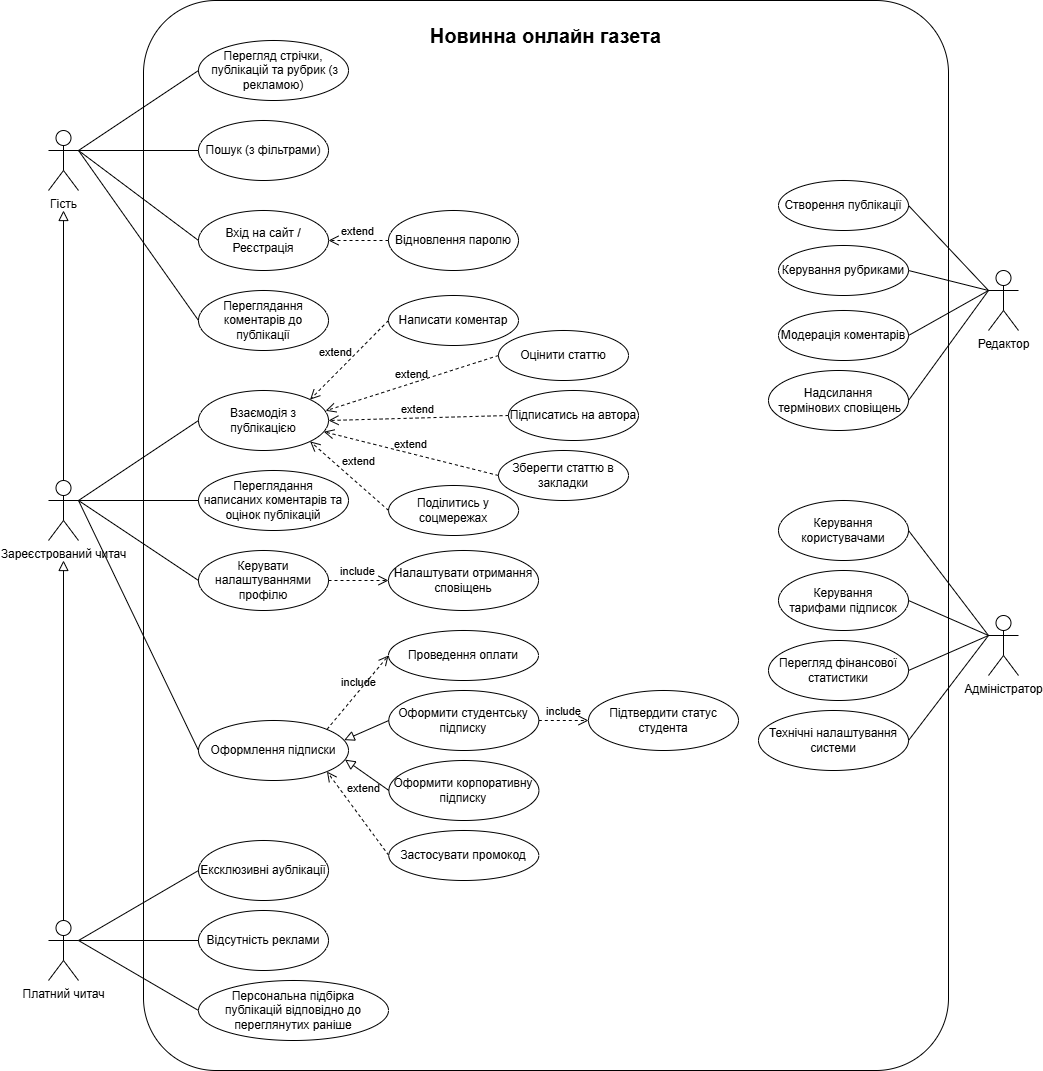
This is diagrams/use_case.drawio.png from Dubyk-Yura/Online_Newspaper_Curse_work, a draw.io export, as it was before one commit. Source tidied: cells renumbered, new cells last; positions are measured from the earlier drawing's top-left corner, leaving out a move shared by most shapes.
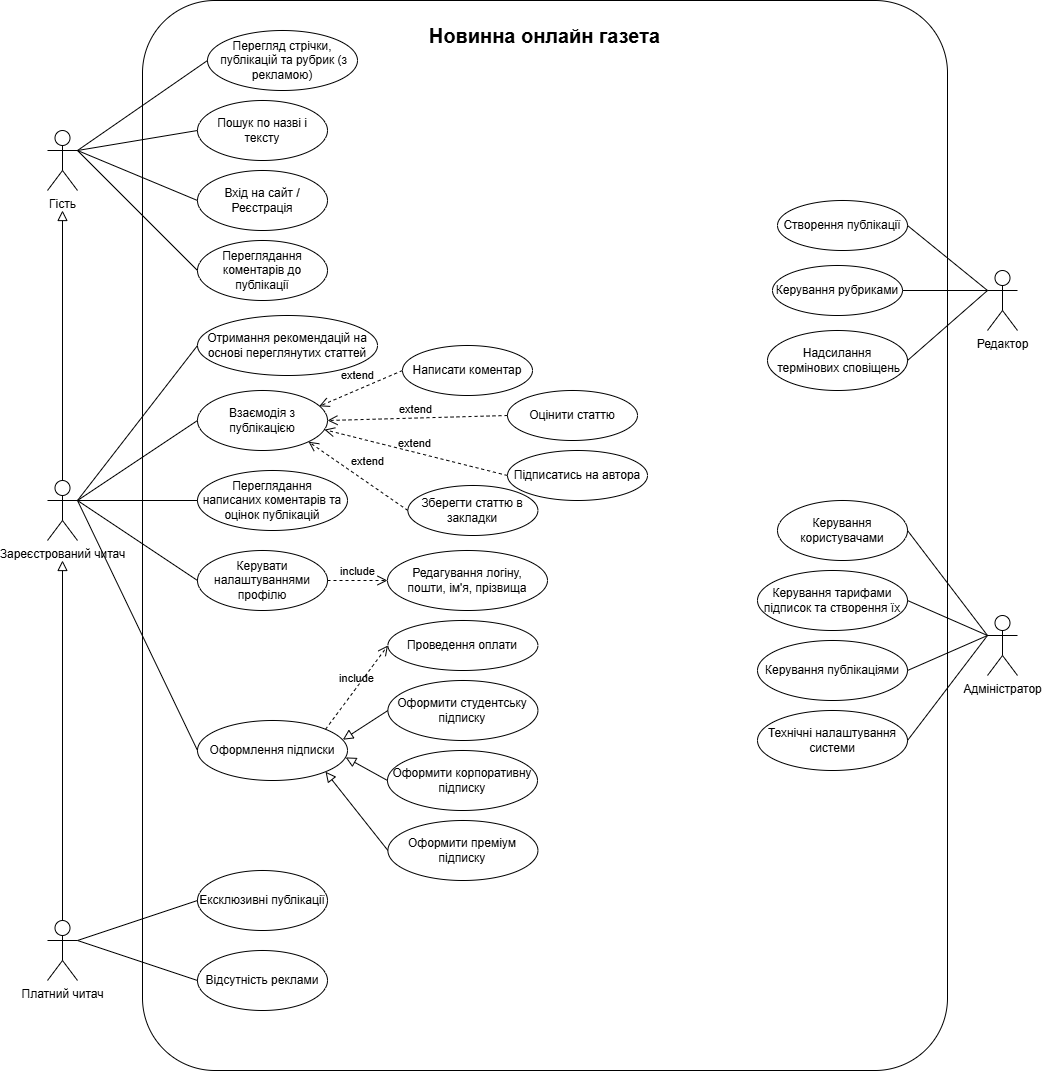
The same diagram one commit later.

Change to the diagram source:
```diff
@@ -42,3 +42,3 @@
     <mxCell id="13" value="Перегляд стрічки,&lt;br&gt;&amp;nbsp;публікацій та рубрик (з рекламою)" style="ellipse;whiteSpace=wrap;html=1;" parent="1" vertex="1">
-      <mxGeometry x="150" y="40" width="150" height="60" as="geometry" />
+      <mxGeometry x="160" y="30" width="150" height="60" as="geometry" />
     </mxCell>
@@ -66,9 +66,9 @@
     <mxCell id="19" value="Переглядання коментарів до публікації" style="ellipse;whiteSpace=wrap;html=1;" parent="1" vertex="1">
-      <mxGeometry x="150" y="290" width="130" height="60" as="geometry" />
+      <mxGeometry x="150" y="240" width="130" height="60" as="geometry" />
     </mxCell>
-    <mxCell id="20" value="Пошук (з фільтрами)&lt;span style=&quot;font-family: monospace; font-size: 0px; text-align: start; text-wrap-mode: nowrap;&quot;&gt;%3CmxGraphModel%3E%3Croot%3E%3CmxCell%20id%3D%220%22%2F%3E%3CmxCell%20id%3D%221%22%20parent%3D%220%22%2F%3E%3CmxCell%20id%3D%222%22%20value%3D%22%D0%9F%D0%B5%D1%80%D0%B5%D0%B3%D0%BB%D1%8F%D0%B4%D0%B0%D0%BD%D0%BD%D1%8F%20%D0%BA%D0%BE%D0%BC%D0%B5%D0%BD%D1%82%D0%B0%D1%80%D1%96%D0%B2%22%20style%3D%22ellipse%3BwhiteSpace%3Dwrap%3Bhtml%3D1%3B%22%20vertex%3D%221%22%20parent%3D%221%22%3E%3CmxGeometry%20x%3D%22310%22%20y%3D%22240%22%20width%3D%22130%22%20height%3D%2260%22%20as%3D%22geometry%22%2F%3E%3C%2FmxCell%3E%3C%2Froot%3E%3C%2FmxGraphModel%3E)&lt;/span&gt;" style="ellipse;whiteSpace=wrap;html=1;" parent="1" vertex="1">
-      <mxGeometry x="150" y="120" width="130" height="60" as="geometry" />
+    <mxCell id="20" value="Пошук по назві і тексту&lt;span style=&quot;font-family: monospace; font-size: 0px; text-align: start; text-wrap-mode: nowrap;&quot;&gt;%3CmxGraphModel%3E%3Croot%3E%3CmxCell%20id%3D%220%22%2F%3E%3CmxCell%20id%3D%221%22%20parent%3D%220%22%2F%3E%3CmxCell%20id%3D%222%22%20value%3D%22%D0%9F%D0%B5%D1%80%D0%B5%D0%B3%D0%BB%D1%8F%D0%B4%D0%B0%D0%BD%D0%BD%D1%8F%20%D0%BA%D0%BE%D0%BC%D0%B5%D0%BD%D1%82%D0%B0%D1%80%D1%96%D0%B2%22%20style%3D%22ellipse%3BwhiteSpace%3Dwrap%3Bhtml%3D1%3B%22%20vertex%3D%221%22%20parent%3D%221%22%3E%3CmxGeometry%20x%3D%22310%22%20y%3D%22240%22%20width%3D%22130%22%20height%3D%2260%22%20as%3D%22geometry%22%2F%3E%3C%2FmxCell%3E%3C%2Froot%3E%3C%2FmxGraphModel%3E)&lt;/span&gt;" style="ellipse;whiteSpace=wrap;html=1;" parent="1" vertex="1">
+      <mxGeometry x="150" y="100" width="130" height="60" as="geometry" />
     </mxCell>
     <mxCell id="21" value="Вхід на сайт / Реєстрація" style="ellipse;whiteSpace=wrap;html=1;" parent="1" vertex="1">
-      <mxGeometry x="150" y="210" width="130" height="60" as="geometry" />
+      <mxGeometry x="150" y="170" width="130" height="60" as="geometry" />
     </mxCell>
@@ -77,7 +77,4 @@
     </mxCell>
-    <mxCell id="23" value="extend" style="endArrow=open;startArrow=none;endFill=0;startFill=0;endSize=8;verticalAlign=bottom;dashed=1;labelBackgroundColor=none;exitX=0;exitY=0.5;exitDx=0;exitDy=0;spacingRight=0;labelPosition=center;verticalLabelPosition=top;align=center;html=1;flowAnimation=0;entryX=1;entryY=0.5;entryDx=0;entryDy=0;" parent="1" edge="1" source="38" target="21">
-      <mxGeometry x="0.01" relative="1" as="geometry" />
-    </mxCell>
-    <mxCell id="24" value="extend&amp;nbsp;&amp;nbsp;" style="endArrow=open;startArrow=none;endFill=0;startFill=0;endSize=8;verticalAlign=bottom;dashed=1;labelBackgroundColor=none;spacingRight=0;labelPosition=center;verticalLabelPosition=top;align=center;html=1;flowAnimation=0;exitX=0;exitY=0.5;exitDx=0;exitDy=0;entryX=1;entryY=0;entryDx=0;entryDy=0;jumpSize=6;" parent="1" edge="1" source="26" target="22">
-      <mxGeometry x="0.14" y="-7" relative="1" as="geometry" />
+    <mxCell id="24" value="extend&amp;nbsp;&amp;nbsp;" style="endArrow=open;startArrow=none;endFill=0;startFill=0;endSize=8;verticalAlign=bottom;dashed=1;labelBackgroundColor=none;spacingRight=0;labelPosition=center;verticalLabelPosition=top;align=center;html=1;flowAnimation=0;exitX=0;exitY=0.5;exitDx=0;exitDy=0;entryX=0.936;entryY=0.263;entryDx=0;entryDy=0;jumpSize=6;entryPerimeter=0;" parent="1" edge="1" source="26" target="22">
+      <mxGeometry x="-0.02" y="-4" relative="1" as="geometry" />
     </mxCell>
@@ -87,6 +84,6 @@
     <mxCell id="26" value="Написати коментар" style="ellipse;whiteSpace=wrap;html=1;" parent="1" vertex="1">
-      <mxGeometry x="340" y="295" width="130" height="50" as="geometry" />
+      <mxGeometry x="355" y="345" width="130" height="50" as="geometry" />
     </mxCell>
     <mxCell id="27" value="Оцінити статтю" style="ellipse;whiteSpace=wrap;html=1;" parent="1" vertex="1">
-      <mxGeometry x="450" y="330" width="130" height="50" as="geometry" />
+      <mxGeometry x="460" y="390" width="130" height="50" as="geometry" />
     </mxCell>
@@ -96,6 +93,6 @@
     <mxCell id="29" value="Зберегти статтю в закладки" style="ellipse;whiteSpace=wrap;html=1;" parent="1" vertex="1">
-      <mxGeometry x="450" y="450" width="130" height="50" as="geometry" />
+      <mxGeometry x="360.4" y="485" width="130" height="50" as="geometry" />
     </mxCell>
-    <mxCell id="30" value="extend" style="endArrow=open;startArrow=none;endFill=0;startFill=0;endSize=8;verticalAlign=bottom;dashed=1;labelBackgroundColor=none;entryX=0.964;entryY=0.687;entryDx=0;entryDy=0;spacingRight=0;labelPosition=center;verticalLabelPosition=top;align=center;html=1;flowAnimation=0;exitX=0;exitY=0.5;exitDx=0;exitDy=0;entryPerimeter=0;" parent="1" edge="1" source="29" target="22">
-      <mxGeometry x="0.01" relative="1" as="geometry" />
+    <mxCell id="30" value="extend" style="endArrow=open;startArrow=none;endFill=0;startFill=0;endSize=8;verticalAlign=bottom;dashed=1;labelBackgroundColor=none;spacingRight=0;labelPosition=center;verticalLabelPosition=top;align=center;html=1;flowAnimation=0;exitX=0;exitY=0.5;exitDx=0;exitDy=0;entryX=1;entryY=1;entryDx=0;entryDy=0;" parent="1" edge="1" source="29" target="22">
+      <mxGeometry x="-0.07" y="-10" relative="1" as="geometry" />
     </mxCell>
@@ -107,10 +104,7 @@
     </mxCell>
-    <mxCell id="33" value="Персональна підбірка &lt;br&gt;публікацій відповідно до переглянутих раніше" style="ellipse;whiteSpace=wrap;html=1;" parent="1" vertex="1">
-      <mxGeometry x="150" y="980" width="190" height="60" as="geometry" />
-    </mxCell>
-    <mxCell id="34" value="Ексклюзивні аублікації" style="ellipse;whiteSpace=wrap;html=1;" parent="1" vertex="1">
-      <mxGeometry x="150" y="840" width="130" height="60" as="geometry" />
+    <mxCell id="34" value="Ексклюзивні публікації" style="ellipse;whiteSpace=wrap;html=1;" parent="1" vertex="1">
+      <mxGeometry x="150" y="870" width="130" height="60" as="geometry" />
     </mxCell>
     <mxCell id="35" value="Відсутність реклами" style="ellipse;whiteSpace=wrap;html=1;verticalAlign=middle;horizontal=1;" parent="1" vertex="1">
-      <mxGeometry x="150" y="910" width="130" height="60" as="geometry" />
+      <mxGeometry x="150" y="950" width="130" height="60" as="geometry" />
     </mxCell>
@@ -124,30 +118,9 @@
     </mxCell>
-    <mxCell id="38" value="Відновлення паролю" style="ellipse;whiteSpace=wrap;html=1;" parent="1" vertex="1">
-      <mxGeometry x="340" y="210" width="130" height="60" as="geometry" />
-    </mxCell>
-    <mxCell id="39" value="extend" style="endArrow=open;startArrow=none;endFill=0;startFill=0;endSize=8;verticalAlign=bottom;dashed=1;labelBackgroundColor=none;spacingRight=0;labelPosition=center;verticalLabelPosition=top;align=center;html=1;flowAnimation=0;entryX=1;entryY=1;entryDx=0;entryDy=0;exitX=0;exitY=0.5;exitDx=0;exitDy=0;" parent="1" edge="1" source="40" target="36">
-      <mxGeometry x="0.19" y="-14" relative="1" as="geometry" />
-    </mxCell>
-    <mxCell id="40" value="Застосувати промокод" style="ellipse;whiteSpace=wrap;html=1;" parent="1" vertex="1">
-      <mxGeometry x="340.3" y="830" width="150" height="50" as="geometry" />
-    </mxCell>
-    <mxCell id="41" value="Поділитись у соцмережах" style="ellipse;whiteSpace=wrap;html=1;" parent="1" vertex="1">
-      <mxGeometry x="340.1" y="485" width="130" height="50" as="geometry" />
-    </mxCell>
-    <mxCell id="42" value="extend" style="endArrow=open;startArrow=none;endFill=0;startFill=0;endSize=8;verticalAlign=bottom;dashed=1;labelBackgroundColor=none;entryX=1;entryY=1;entryDx=0;entryDy=0;spacingRight=0;labelPosition=center;verticalLabelPosition=top;align=center;html=1;flowAnimation=0;exitX=0;exitY=0.5;exitDx=0;exitDy=0;" parent="1" edge="1" source="41" target="22">
-      <mxGeometry x="-0.07" y="-10" relative="1" as="geometry" />
-    </mxCell>
     <mxCell id="43" value="Оформити студентську підписку" style="ellipse;whiteSpace=wrap;html=1;" parent="1" vertex="1">
-      <mxGeometry x="340.3" y="690" width="150" height="60" as="geometry" />
+      <mxGeometry x="340.4" y="680" width="150" height="60" as="geometry" />
     </mxCell>
     <mxCell id="44" value="Оформити корпоративну підписку" style="ellipse;whiteSpace=wrap;html=1;" parent="1" vertex="1">
-      <mxGeometry x="340.4" y="760" width="150" height="60" as="geometry" />
+      <mxGeometry x="340" y="750" width="150" height="60" as="geometry" />
     </mxCell>
-    <mxCell id="45" value="Підтвердити статус студента" style="ellipse;whiteSpace=wrap;html=1;" parent="1" vertex="1">
-      <mxGeometry x="540" y="690" width="150" height="60" as="geometry" />
-    </mxCell>
-    <mxCell id="46" value="include" style="endArrow=open;startArrow=none;endFill=0;startFill=0;endSize=8;html=1;verticalAlign=bottom;dashed=1;labelBackgroundColor=none;entryX=0;entryY=0.5;entryDx=0;entryDy=0;exitX=1;exitY=0.5;exitDx=0;exitDy=0;" parent="1" edge="1" source="43" target="45">
-      <mxGeometry relative="1" as="geometry" />
-    </mxCell>
-    <mxCell id="47" style="endArrow=block;html=1;rounded=0;align=center;verticalAlign=bottom;endFill=0;labelBackgroundColor=none;endSize=8;exitX=0;exitY=0.5;exitDx=0;exitDy=0;entryX=0.977;entryY=0.652;entryDx=0;entryDy=0;entryPerimeter=0;" parent="1" edge="1" source="44" target="36">
+    <mxCell id="47" style="endArrow=block;html=1;rounded=0;align=center;verticalAlign=bottom;endFill=0;labelBackgroundColor=none;endSize=8;exitX=0;exitY=0.5;exitDx=0;exitDy=0;entryX=0.988;entryY=0.615;entryDx=0;entryDy=0;entryPerimeter=0;" parent="1" edge="1" source="44" target="36">
       <mxGeometry relative="1" as="geometry" />
@@ -157,3 +130,3 @@
     </mxCell>
-    <mxCell id="49" style="endArrow=block;html=1;rounded=0;align=center;verticalAlign=bottom;endFill=0;labelBackgroundColor=none;endSize=8;exitX=0;exitY=0.5;exitDx=0;exitDy=0;entryX=0.971;entryY=0.327;entryDx=0;entryDy=0;entryPerimeter=0;" parent="1" edge="1" source="43" target="36">
+    <mxCell id="49" style="endArrow=block;html=1;rounded=0;align=center;verticalAlign=bottom;endFill=0;labelBackgroundColor=none;endSize=8;exitX=0;exitY=0.5;exitDx=0;exitDy=0;entryX=0.969;entryY=0.32;entryDx=0;entryDy=0;entryPerimeter=0;" parent="1" edge="1" source="43" target="36">
       <mxGeometry relative="1" as="geometry" />
@@ -163,4 +136,4 @@
     </mxCell>
-    <mxCell id="51" value="Налаштувати отримання сповіщень" style="ellipse;whiteSpace=wrap;html=1;" parent="1" vertex="1">
-      <mxGeometry x="340" y="550" width="150" height="60" as="geometry" />
+    <mxCell id="51" value="Редагування логіну,&lt;div&gt;пошти, ім'я, прізвища&lt;/div&gt;" style="ellipse;whiteSpace=wrap;html=1;" parent="1" vertex="1">
+      <mxGeometry x="340" y="550" width="160" height="60" as="geometry" />
     </mxCell>
@@ -175,9 +148,6 @@
     </mxCell>
-    <mxCell id="55" style="endArrow=none;html=1;entryX=1;entryY=0.3333333333333333;entryDx=0;entryDy=0;entryPerimeter=0;exitX=0;exitY=0.5;exitDx=0;exitDy=0;" parent="1" edge="1" source="33" target="4">
-      <mxGeometry relative="1" as="geometry" />
-    </mxCell>
     <mxCell id="56" value="Підписатись на автора" style="ellipse;whiteSpace=wrap;html=1;" parent="1" vertex="1">
-      <mxGeometry x="460" y="390" width="130" height="50" as="geometry" />
+      <mxGeometry x="460" y="450" width="140" height="50" as="geometry" />
     </mxCell>
-    <mxCell id="57" value="extend" style="endArrow=open;startArrow=none;endFill=0;startFill=0;endSize=8;verticalAlign=bottom;dashed=1;labelBackgroundColor=none;entryX=1;entryY=0.5;entryDx=0;entryDy=0;spacingRight=0;labelPosition=center;verticalLabelPosition=top;align=center;html=1;flowAnimation=0;exitX=0;exitY=0.5;exitDx=0;exitDy=0;" parent="1" edge="1" source="56" target="22">
+    <mxCell id="57" value="extend" style="endArrow=open;startArrow=none;endFill=0;startFill=0;endSize=8;verticalAlign=bottom;dashed=1;labelBackgroundColor=none;entryX=0.977;entryY=0.653;entryDx=0;entryDy=0;spacingRight=0;labelPosition=center;verticalLabelPosition=top;align=center;html=1;flowAnimation=0;exitX=0;exitY=0.5;exitDx=0;exitDy=0;entryPerimeter=0;" parent="1" edge="1" source="56" target="22">
       <mxGeometry x="0.01" relative="1" as="geometry" />
@@ -185,3 +155,3 @@
     <mxCell id="58" value="Проведення оплати" style="ellipse;whiteSpace=wrap;html=1;" parent="1" vertex="1">
-      <mxGeometry x="340" y="630" width="150" height="50" as="geometry" />
+      <mxGeometry x="340.4" y="620" width="150" height="50" as="geometry" />
     </mxCell>
@@ -190,3 +160,3 @@
     </mxCell>
-    <mxCell id="60" value="extend" style="endArrow=open;startArrow=none;endFill=0;startFill=0;endSize=8;verticalAlign=bottom;dashed=1;labelBackgroundColor=none;entryX=0.978;entryY=0.338;entryDx=0;entryDy=0;spacingRight=0;labelPosition=center;verticalLabelPosition=top;align=center;html=1;flowAnimation=0;exitX=0;exitY=0.5;exitDx=0;exitDy=0;entryPerimeter=0;" parent="1" edge="1" source="27" target="22">
+    <mxCell id="60" value="extend" style="endArrow=open;startArrow=none;endFill=0;startFill=0;endSize=8;verticalAlign=bottom;dashed=1;labelBackgroundColor=none;entryX=1;entryY=0.5;entryDx=0;entryDy=0;spacingRight=0;labelPosition=center;verticalLabelPosition=top;align=center;html=1;flowAnimation=0;exitX=0;exitY=0.5;exitDx=0;exitDy=0;" parent="1" edge="1" source="27" target="22">
       <mxGeometry x="0.01" relative="1" as="geometry" />
@@ -194,12 +164,9 @@
     <mxCell id="61" value="Створення публікації" style="ellipse;whiteSpace=wrap;html=1;" parent="1" vertex="1">
-      <mxGeometry x="730" y="180" width="130" height="50" as="geometry" />
+      <mxGeometry x="730" y="200" width="130" height="50" as="geometry" />
     </mxCell>
     <mxCell id="62" value="Керування рубриками" style="ellipse;whiteSpace=wrap;html=1;" parent="1" vertex="1">
-      <mxGeometry x="730" y="245" width="130" height="50" as="geometry" />
+      <mxGeometry x="725" y="265" width="130" height="50" as="geometry" />
     </mxCell>
-    <mxCell id="63" value="Модерація коментарів" style="ellipse;whiteSpace=wrap;html=1;" parent="1" vertex="1">
-      <mxGeometry x="730" y="310" width="130" height="50" as="geometry" />
-    </mxCell>
     <mxCell id="64" value="Надсилання&lt;br&gt;&amp;nbsp;термінових сповіщень" style="ellipse;whiteSpace=wrap;html=1;" parent="1" vertex="1">
-      <mxGeometry x="720" y="370" width="140" height="60" as="geometry" />
+      <mxGeometry x="720" y="330" width="140" height="60" as="geometry" />
     </mxCell>
@@ -211,5 +178,2 @@
     </mxCell>
-    <mxCell id="67" style="endArrow=none;html=1;exitX=0;exitY=0.3333333333333333;exitDx=0;exitDy=0;exitPerimeter=0;entryX=1;entryY=0.5;entryDx=0;entryDy=0;" parent="1" edge="1" source="11" target="63">
-      <mxGeometry relative="1" as="geometry" />
-    </mxCell>
     <mxCell id="68" style="endArrow=none;html=1;entryX=1;entryY=0.5;entryDx=0;entryDy=0;exitX=0;exitY=0.3333333333333333;exitDx=0;exitDy=0;exitPerimeter=0;" parent="1" edge="1" source="11" target="62">
@@ -220,7 +184,7 @@
     </mxCell>
-    <mxCell id="70" value="Керування&lt;br&gt;тарифами підписок" style="ellipse;whiteSpace=wrap;html=1;" parent="1" vertex="1">
-      <mxGeometry x="730" y="570" width="130" height="60" as="geometry" />
+    <mxCell id="70" value="Керування тарифами підписок та&amp;nbsp;&lt;span style=&quot;color: rgb(0, 0, 0);&quot;&gt;створення їх&lt;/span&gt;" style="ellipse;whiteSpace=wrap;html=1;" parent="1" vertex="1">
+      <mxGeometry x="710" y="570" width="150" height="60" as="geometry" />
     </mxCell>
-    <mxCell id="71" value="Перегляд фінансової статистики" style="ellipse;whiteSpace=wrap;html=1;" parent="1" vertex="1">
-      <mxGeometry x="720" y="640" width="140" height="60" as="geometry" />
+    <mxCell id="71" value="Керування публікаціями" style="ellipse;whiteSpace=wrap;html=1;" parent="1" vertex="1">
+      <mxGeometry x="710" y="640" width="150" height="60" as="geometry" />
     </mxCell>
@@ -241,2 +205,17 @@
     </mxCell>
+    <mxCell id="77" value="Отримання рекомендацій на основі переглянутих статтей" style="ellipse;whiteSpace=wrap;html=1;" parent="1" vertex="1">
+      <mxGeometry x="150" y="315" width="180" height="60" as="geometry" />
+    </mxCell>
+    <mxCell id="78" style="endArrow=none;html=1;entryX=0;entryY=0.5;entryDx=0;entryDy=0;exitX=1;exitY=0.3333333333333333;exitDx=0;exitDy=0;exitPerimeter=0;" parent="1" edge="1" source="3" target="77">
+      <mxGeometry relative="1" as="geometry" />
+    </mxCell>
+    <mxCell id="79" value="Оформити преміум підписку" style="ellipse;whiteSpace=wrap;html=1;" parent="1" vertex="1">
+      <mxGeometry x="340.4" y="820" width="150" height="60" as="geometry" />
+    </mxCell>
+    <mxCell id="80" style="endArrow=block;html=1;rounded=0;align=center;verticalAlign=bottom;endFill=0;labelBackgroundColor=none;endSize=8;exitX=0;exitY=0.5;exitDx=0;exitDy=0;entryX=1;entryY=1;entryDx=0;entryDy=0;" parent="1" edge="1" source="79" target="36">
+      <mxGeometry relative="1" as="geometry" />
+    </mxCell>
+    <mxCell id="81" style="html=1;align=center;verticalAlign=top;labelBackgroundColor=none;" parent="80" vertex="1">
+      <mxGeometry relative="1" as="geometry" />
+    </mxCell>
   </root>
```
